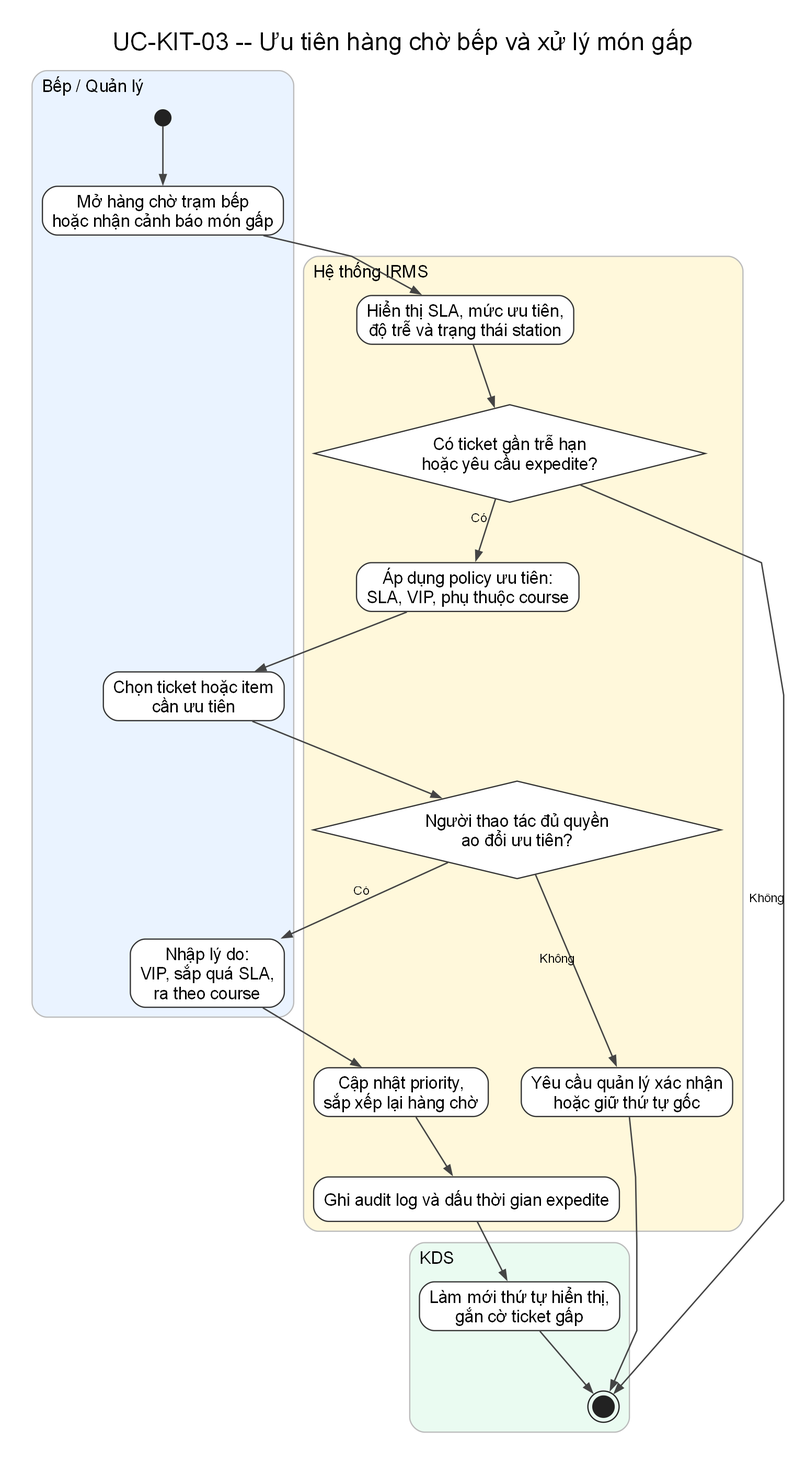
Earlier version of the Graphviz export assets/diagrams/rendered/activity/uc-kit-03-prioritize-kitchen-queue.png (lehoangluan1/SA_IRMS). Its source is kept beside it as assets/diagrams/source/activity/uc-kit-03-prioritize-kitchen-queue.dot. Source of this version:
```dot
digraph G {
  charset="UTF-8";
  graph [rankdir=TB, newrank=true, splines=polyline, nodesep=0.38, ranksep=0.68, pad=0.25, dpi=170, bgcolor="white", fontname="Arial"];
  node [fontname="Arial"];
  edge [fontname="Arial", fontsize=10, color="#444444", penwidth=1.15, arrowsize=0.75];
  labelloc="t"; labeljust="c"; fontsize=20; fontname="Arial"; label="UC-KIT-03 -- Ưu tiên hàng chờ bếp và xử lý món gấp";

  subgraph cluster_l1 {
    style="rounded,filled"; fillcolor="#EAF3FF"; color="#BBBBBB"; penwidth=1.0;
    label="Bếp / Quản lý"; fontsize=14; labelloc="t"; labeljust="l";
    n0 [shape=circle, label="", width=0.18, height=0.18, fixedsize=true, style=filled, fillcolor="#222222", color="#222222"];
    n1 [label="Mở hàng chờ trạm bếp\nhoặc nhận cảnh báo món gấp", shape=rect, style="rounded,filled", fillcolor="white", color="#333333"];
    n5 [label="Chọn ticket hoặc item\ncần ưu tiên", shape=rect, style="rounded,filled", fillcolor="white", color="#333333"];
    n8 [label="Nhập lý do:\nVIP, sắp quá SLA,\nra theo course", shape=rect, style="rounded,filled", fillcolor="white", color="#333333"];
  }

  subgraph cluster_l2 {
    style="rounded,filled"; fillcolor="#FFF8DB"; color="#BBBBBB"; penwidth=1.0;
    label="Hệ thống IRMS"; fontsize=14; labelloc="t"; labeljust="l";
    n2 [label="Hiển thị SLA, mức ưu tiên,\nđộ trễ và trạng thái station", shape=rect, style="rounded,filled", fillcolor="white", color="#333333"];
    n3 [label="Có ticket gần trễ hạn\nhoặc yêu cầu expedite?", shape=diamond, style="filled", fillcolor="white", color="#333333"];
    n4 [label="Áp dụng policy ưu tiên:\nSLA, VIP, phụ thuộc course", shape=rect, style="rounded,filled", fillcolor="white", color="#333333"];
    n6 [label="Người thao tác đủ quyền\nao đổi ưu tiên?", shape=diamond, style="filled", fillcolor="white", color="#333333"];
    n7 [label="Yêu cầu quản lý xác nhận\nhoặc giữ thứ tự gốc", shape=rect, style="rounded,filled", fillcolor="white", color="#333333"];
    n9 [label="Cập nhật priority,\nsắp xếp lại hàng chờ", shape=rect, style="rounded,filled", fillcolor="white", color="#333333"];
    n10 [label="Ghi audit log và dấu thời gian expedite", shape=rect, style="rounded,filled", fillcolor="white", color="#333333"];
  }

  subgraph cluster_l3 {
    style="rounded,filled"; fillcolor="#EAFBF1"; color="#BBBBBB"; penwidth=1.0;
    label="KDS"; fontsize=14; labelloc="t"; labeljust="l";
    n11 [label="Làm mới thứ tự hiển thị,\ngắn cờ ticket gấp", shape=rect, style="rounded,filled", fillcolor="white", color="#333333"];
    n12 [shape=doublecircle, label="", width=0.24, height=0.24, fixedsize=true, style=filled, fillcolor="#222222", color="#222222"];
  }

  n0 -> n1;
  n1 -> n2;
  n2 -> n3;
  n3 -> n4 [xlabel="Có"];
  n3 -> n12 [xlabel="Không"];
  n4 -> n5;
  n5 -> n6;
  n6 -> n8 [xlabel="Có"];
  n6 -> n7 [xlabel="Không"];
  n7 -> n12;
  n8 -> n9;
  n9 -> n10;
  n10 -> n11;
  n11 -> n12;
}
```
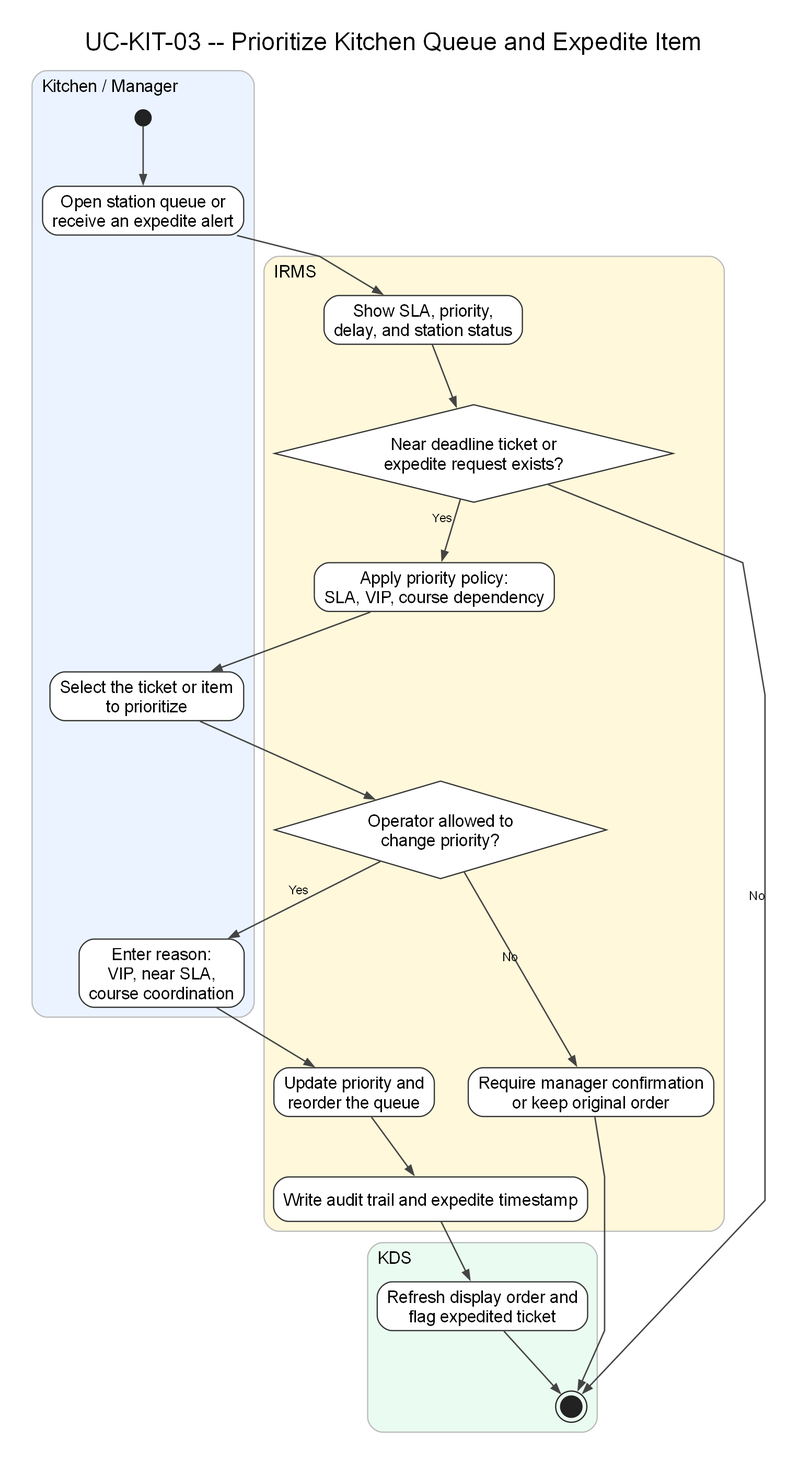
Later version of the same file.

The edit, as a diff of the source:
```diff
@@ -3,45 +3,45 @@
   graph [rankdir=TB, newrank=true, splines=polyline, nodesep=0.38, ranksep=0.68, pad=0.25, dpi=170, bgcolor="white", fontname="Arial"];
   node [fontname="Arial"];
   edge [fontname="Arial", fontsize=10, color="#444444", penwidth=1.15, arrowsize=0.75];
-  labelloc="t"; labeljust="c"; fontsize=20; fontname="Arial"; label="UC-KIT-03 -- Ưu tiên hàng chờ bếp và xử lý món gấp";
+  labelloc="t"; labeljust="c"; fontsize=20; fontname="Arial"; label="UC-KIT-03 -- Prioritize Kitchen Queue and Expedite Item";
 
   subgraph cluster_l1 {
     style="rounded,filled"; fillcolor="#EAF3FF"; color="#BBBBBB"; penwidth=1.0;
-    label="Bếp / Quản lý"; fontsize=14; labelloc="t"; labeljust="l";
+    label="Kitchen / Manager"; fontsize=14; labelloc="t"; labeljust="l";
     n0 [shape=circle, label="", width=0.18, height=0.18, fixedsize=true, style=filled, fillcolor="#222222", color="#222222"];
-    n1 [label="Mở hàng chờ trạm bếp\nhoặc nhận cảnh báo món gấp", shape=rect, style="rounded,filled", fillcolor="white", color="#333333"];
-    n5 [label="Chọn ticket hoặc item\ncần ưu tiên", shape=rect, style="rounded,filled", fillcolor="white", color="#333333"];
-    n8 [label="Nhập lý do:\nVIP, sắp quá SLA,\nra theo course", shape=rect, style="rounded,filled", fillcolor="white", color="#333333"];
+    n1 [label="Open station queue or\nreceive an expedite alert", shape=rect, style="rounded,filled", fillcolor="white", color="#333333"];
+    n5 [label="Select the ticket or item\nto prioritize", shape=rect, style="rounded,filled", fillcolor="white", color="#333333"];
+    n8 [label="Enter reason:\nVIP, near SLA,\ncourse coordination", shape=rect, style="rounded,filled", fillcolor="white", color="#333333"];
   }
 
   subgraph cluster_l2 {
     style="rounded,filled"; fillcolor="#FFF8DB"; color="#BBBBBB"; penwidth=1.0;
-    label="Hệ thống IRMS"; fontsize=14; labelloc="t"; labeljust="l";
-    n2 [label="Hiển thị SLA, mức ưu tiên,\nđộ trễ và trạng thái station", shape=rect, style="rounded,filled", fillcolor="white", color="#333333"];
-    n3 [label="Có ticket gần trễ hạn\nhoặc yêu cầu expedite?", shape=diamond, style="filled", fillcolor="white", color="#333333"];
-    n4 [label="Áp dụng policy ưu tiên:\nSLA, VIP, phụ thuộc course", shape=rect, style="rounded,filled", fillcolor="white", color="#333333"];
-    n6 [label="Người thao tác đủ quyền\nao đổi ưu tiên?", shape=diamond, style="filled", fillcolor="white", color="#333333"];
-    n7 [label="Yêu cầu quản lý xác nhận\nhoặc giữ thứ tự gốc", shape=rect, style="rounded,filled", fillcolor="white", color="#333333"];
-    n9 [label="Cập nhật priority,\nsắp xếp lại hàng chờ", shape=rect, style="rounded,filled", fillcolor="white", color="#333333"];
-    n10 [label="Ghi audit log và dấu thời gian expedite", shape=rect, style="rounded,filled", fillcolor="white", color="#333333"];
+    label="IRMS"; fontsize=14; labelloc="t"; labeljust="l";
+    n2 [label="Show SLA, priority,\ndelay, and station status", shape=rect, style="rounded,filled", fillcolor="white", color="#333333"];
+    n3 [label="Near deadline ticket or\nexpedite request exists?", shape=diamond, style="filled", fillcolor="white", color="#333333"];
+    n4 [label="Apply priority policy:\nSLA, VIP, course dependency", shape=rect, style="rounded,filled", fillcolor="white", color="#333333"];
+    n6 [label="Operator allowed to\nchange priority?", shape=diamond, style="filled", fillcolor="white", color="#333333"];
+    n7 [label="Require manager confirmation\nor keep original order", shape=rect, style="rounded,filled", fillcolor="white", color="#333333"];
+    n9 [label="Update priority and\nreorder the queue", shape=rect, style="rounded,filled", fillcolor="white", color="#333333"];
+    n10 [label="Write audit trail and expedite timestamp", shape=rect, style="rounded,filled", fillcolor="white", color="#333333"];
   }
 
   subgraph cluster_l3 {
     style="rounded,filled"; fillcolor="#EAFBF1"; color="#BBBBBB"; penwidth=1.0;
     label="KDS"; fontsize=14; labelloc="t"; labeljust="l";
-    n11 [label="Làm mới thứ tự hiển thị,\ngắn cờ ticket gấp", shape=rect, style="rounded,filled", fillcolor="white", color="#333333"];
+    n11 [label="Refresh display order and\nflag expedited ticket", shape=rect, style="rounded,filled", fillcolor="white", color="#333333"];
     n12 [shape=doublecircle, label="", width=0.24, height=0.24, fixedsize=true, style=filled, fillcolor="#222222", color="#222222"];
   }
 
   n0 -> n1;
   n1 -> n2;
   n2 -> n3;
-  n3 -> n4 [xlabel="Có"];
-  n3 -> n12 [xlabel="Không"];
+  n3 -> n4 [xlabel="Yes"];
+  n3 -> n12 [xlabel="No"];
   n4 -> n5;
   n5 -> n6;
-  n6 -> n8 [xlabel="Có"];
-  n6 -> n7 [xlabel="Không"];
+  n6 -> n8 [xlabel="Yes"];
+  n6 -> n7 [xlabel="No"];
   n7 -> n12;
   n8 -> n9;
   n9 -> n10;
```
